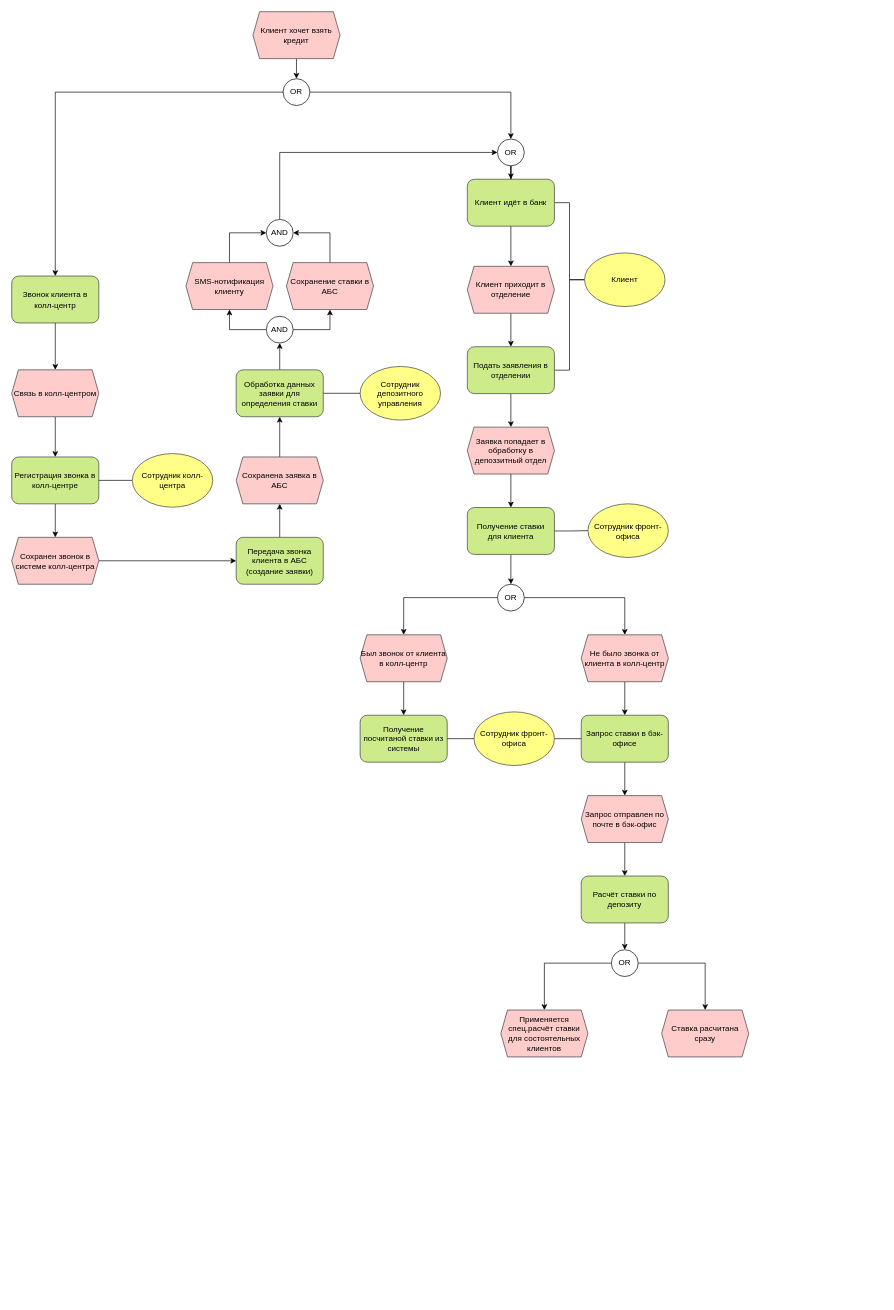
MorKaragh/drawings keeps this draw.io diagram as page "Процесс депозита" (2 of 3) of it_land_map.drawio. Above is the earlier version. Source tidied: cells renumbered, new cells numbered last; positions are measured from the earlier drawing's top-left corner, leaving out a move shared by most shapes. Both pictures are drawn from the tidied source at 67%, with x=0, y=0 at pixel (11, 11).
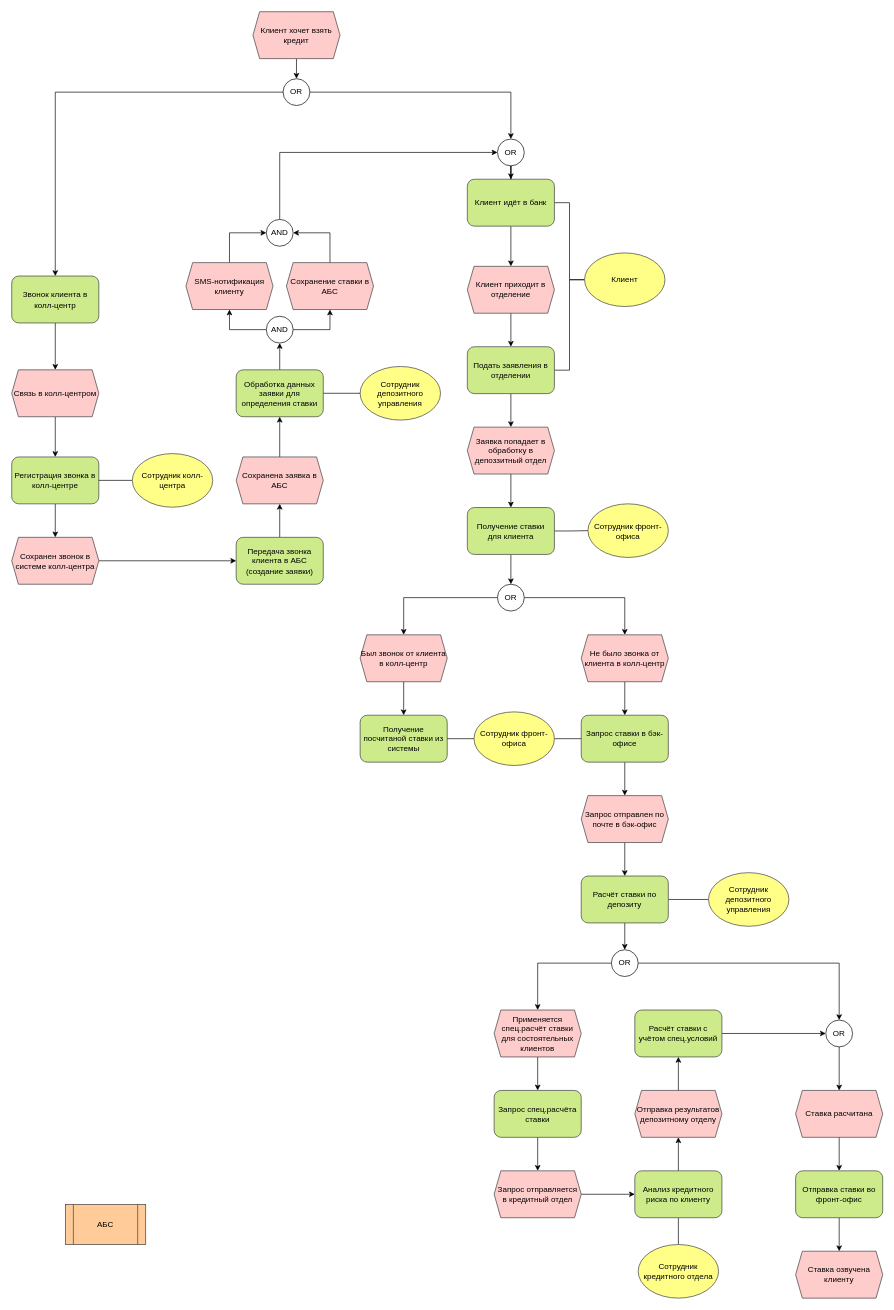
The same page after the edit.

The change refers to these unchanged cells:
```xml
<mxCell id="63" value="Расчёт ставки по депозиту" style="rounded=1;whiteSpace=wrap;html=1;fillColor=#cdeb8b;strokeColor=#36393d;" parent="1" vertex="1">
  <mxGeometry x="850" y="1290" width="130" height="70" as="geometry" />
</mxCell>
<mxCell id="70" value="OR" style="ellipse;whiteSpace=wrap;html=1;" parent="1" vertex="1">
  <mxGeometry x="895" y="1400" width="40" height="40" as="geometry" />
</mxCell>
```

Change to the diagram source:
```diff
@@
+    <mxCell id="73" style="edgeStyle=orthogonalEdgeStyle;rounded=0;jettySize=auto;html=1;endArrow=none;startFill=0;" parent="1" edge="1" source="63" target="89">
+      <mxGeometry relative="1" as="geometry" />
+    </mxCell>
@@
+    <mxCell id="74" style="edgeStyle=orthogonalEdgeStyle;rounded=0;jettySize=auto;html=1;entryX=0.5;entryY=0;entryDx=0;entryDy=0;" parent="1" edge="1" source="67" target="88">
+      <mxGeometry relative="1" as="geometry" />
+    </mxCell>
-    <mxCell id="67" value="Ставка расчитана&lt;div&gt;сразу&lt;/div&gt;" style="shape=hexagon;perimeter=hexagonPerimeter2;whiteSpace=wrap;html=1;fixedSize=1;size=10;fillColor=#ffcccc;strokeColor=#36393d;" parent="1" vertex="1">
-      <mxGeometry x="970" y="1490" width="130" height="70" as="geometry" />
+    <mxCell id="67" value="Ставка расчитана" style="shape=hexagon;perimeter=hexagonPerimeter2;whiteSpace=wrap;html=1;fixedSize=1;size=10;fillColor=#ffcccc;strokeColor=#36393d;" parent="1" vertex="1">
+      <mxGeometry x="1170" y="1610" width="130" height="70" as="geometry" />
     </mxCell>
@@
-    <mxCell id="69" style="edgeStyle=orthogonalEdgeStyle;rounded=0;jettySize=auto;html=1;exitX=1;exitY=0.5;exitDx=0;exitDy=0;entryX=0.5;entryY=0;entryDx=0;entryDy=0;" parent="1" edge="1" source="70" target="67">
+    <mxCell id="69" style="edgeStyle=orthogonalEdgeStyle;rounded=0;jettySize=auto;html=1;exitX=1;exitY=0.5;exitDx=0;exitDy=0;" parent="1" edge="1" source="70" target="94">
       <mxGeometry relative="1" as="geometry" />
     </mxCell>
@@
+    <mxCell id="75" style="edgeStyle=orthogonalEdgeStyle;rounded=0;jettySize=auto;html=1;" parent="1" edge="1" source="71" target="77">
+      <mxGeometry relative="1" as="geometry" />
+    </mxCell>
     <mxCell id="71" value="Применяется спец.расчёт ставки для состоятельных клиентов" style="shape=hexagon;perimeter=hexagonPerimeter2;whiteSpace=wrap;html=1;fixedSize=1;size=10;fillColor=#ffcccc;strokeColor=#36393d;" parent="1" vertex="1">
-      <mxGeometry x="730" y="1490" width="130" height="70" as="geometry" />
+      <mxGeometry x="720" y="1490" width="130" height="70" as="geometry" />
     </mxCell>
@@
+    <mxCell id="76" style="edgeStyle=orthogonalEdgeStyle;rounded=0;jettySize=auto;html=1;" parent="1" edge="1" source="77" target="79">
+      <mxGeometry relative="1" as="geometry" />
+    </mxCell>
+    <mxCell id="77" value="Запрос спец.расчёта ставки" style="rounded=1;whiteSpace=wrap;html=1;fillColor=#cdeb8b;strokeColor=#36393d;" parent="1" vertex="1">
+      <mxGeometry x="720" y="1610" width="130" height="70" as="geometry" />
+    </mxCell>
+    <mxCell id="78" style="edgeStyle=orthogonalEdgeStyle;rounded=0;jettySize=auto;html=1;" parent="1" edge="1" source="79" target="82">
+      <mxGeometry relative="1" as="geometry" />
+    </mxCell>
+    <mxCell id="79" value="Запрос отправляется в кредитный отдел" style="shape=hexagon;perimeter=hexagonPerimeter2;whiteSpace=wrap;html=1;fixedSize=1;size=10;fillColor=#ffcccc;strokeColor=#36393d;" parent="1" vertex="1">
+      <mxGeometry x="720" y="1730" width="130" height="70" as="geometry" />
+    </mxCell>
+    <mxCell id="80" style="edgeStyle=orthogonalEdgeStyle;rounded=0;jettySize=auto;html=1;endArrow=none;startFill=0;" parent="1" edge="1" source="82" target="83">
+      <mxGeometry relative="1" as="geometry" />
+    </mxCell>
+    <mxCell id="81" style="edgeStyle=orthogonalEdgeStyle;rounded=0;jettySize=auto;html=1;" parent="1" edge="1" source="82" target="85">
+      <mxGeometry relative="1" as="geometry" />
+    </mxCell>
+    <mxCell id="82" value="Анализ кредитного риска по клиенту" style="rounded=1;whiteSpace=wrap;html=1;fillColor=#cdeb8b;strokeColor=#36393d;" parent="1" vertex="1">
+      <mxGeometry x="930" y="1730" width="130" height="70" as="geometry" />
+    </mxCell>
+    <mxCell id="83" value="Сотрудник кредитного отдела" style="ellipse;whiteSpace=wrap;html=1;fillColor=#ffff88;strokeColor=#36393d;" parent="1" vertex="1">
+      <mxGeometry x="935" y="1840" width="120" height="80" as="geometry" />
+    </mxCell>
+    <mxCell id="84" style="edgeStyle=orthogonalEdgeStyle;rounded=0;jettySize=auto;html=1;" parent="1" edge="1" source="85" target="92">
+      <mxGeometry relative="1" as="geometry" />
+    </mxCell>
+    <mxCell id="85" value="Отправка результатов депозитному отделу" style="shape=hexagon;perimeter=hexagonPerimeter2;whiteSpace=wrap;html=1;fixedSize=1;size=10;fillColor=#ffcccc;strokeColor=#36393d;" parent="1" vertex="1">
+      <mxGeometry x="930" y="1610" width="130" height="70" as="geometry" />
+    </mxCell>
+    <mxCell id="86" value="АБС" style="shape=process;whiteSpace=wrap;html=1;backgroundOutline=1;fillColor=#ffcc99;strokeColor=#36393d;" parent="1" vertex="1">
+      <mxGeometry x="80" y="1780" width="120" height="60" as="geometry" />
+    </mxCell>
+    <mxCell id="87" style="edgeStyle=orthogonalEdgeStyle;rounded=0;jettySize=auto;html=1;" parent="1" edge="1" source="88" target="90">
+      <mxGeometry relative="1" as="geometry" />
+    </mxCell>
+    <mxCell id="88" value="Отправка ставки во фронт-офис" style="rounded=1;whiteSpace=wrap;html=1;fillColor=#cdeb8b;strokeColor=#36393d;" parent="1" vertex="1">
+      <mxGeometry x="1170" y="1730" width="130" height="70" as="geometry" />
+    </mxCell>
+    <mxCell id="89" value="Сотрудник депозитного управления" style="ellipse;whiteSpace=wrap;html=1;fillColor=#ffff88;strokeColor=#36393d;" parent="1" vertex="1">
+      <mxGeometry x="1040" y="1285" width="120" height="80" as="geometry" />
+    </mxCell>
+    <mxCell id="90" value="Ставка озвучена клиенту" style="shape=hexagon;perimeter=hexagonPerimeter2;whiteSpace=wrap;html=1;fixedSize=1;size=10;fillColor=#ffcccc;strokeColor=#36393d;" parent="1" vertex="1">
+      <mxGeometry x="1170" y="1850" width="130" height="70" as="geometry" />
+    </mxCell>
+    <mxCell id="91" style="edgeStyle=orthogonalEdgeStyle;rounded=0;jettySize=auto;html=1;exitX=1;exitY=0.5;exitDx=0;exitDy=0;entryX=0;entryY=0.5;entryDx=0;entryDy=0;" parent="1" edge="1" source="92" target="94">
+      <mxGeometry relative="1" as="geometry" />
+    </mxCell>
+    <mxCell id="92" value="Расчёт ставки с учётом спец.условий" style="rounded=1;whiteSpace=wrap;html=1;fillColor=#cdeb8b;strokeColor=#36393d;" parent="1" vertex="1">
+      <mxGeometry x="930" y="1490" width="130" height="70" as="geometry" />
+    </mxCell>
+    <mxCell id="93" style="edgeStyle=orthogonalEdgeStyle;rounded=0;jettySize=auto;html=1;" parent="1" edge="1" source="94" target="67">
+      <mxGeometry relative="1" as="geometry" />
+    </mxCell>
+    <mxCell id="94" value="OR" style="ellipse;whiteSpace=wrap;html=1;" parent="1" vertex="1">
+      <mxGeometry x="1215" y="1505" width="40" height="40" as="geometry" />
+    </mxCell>
```
